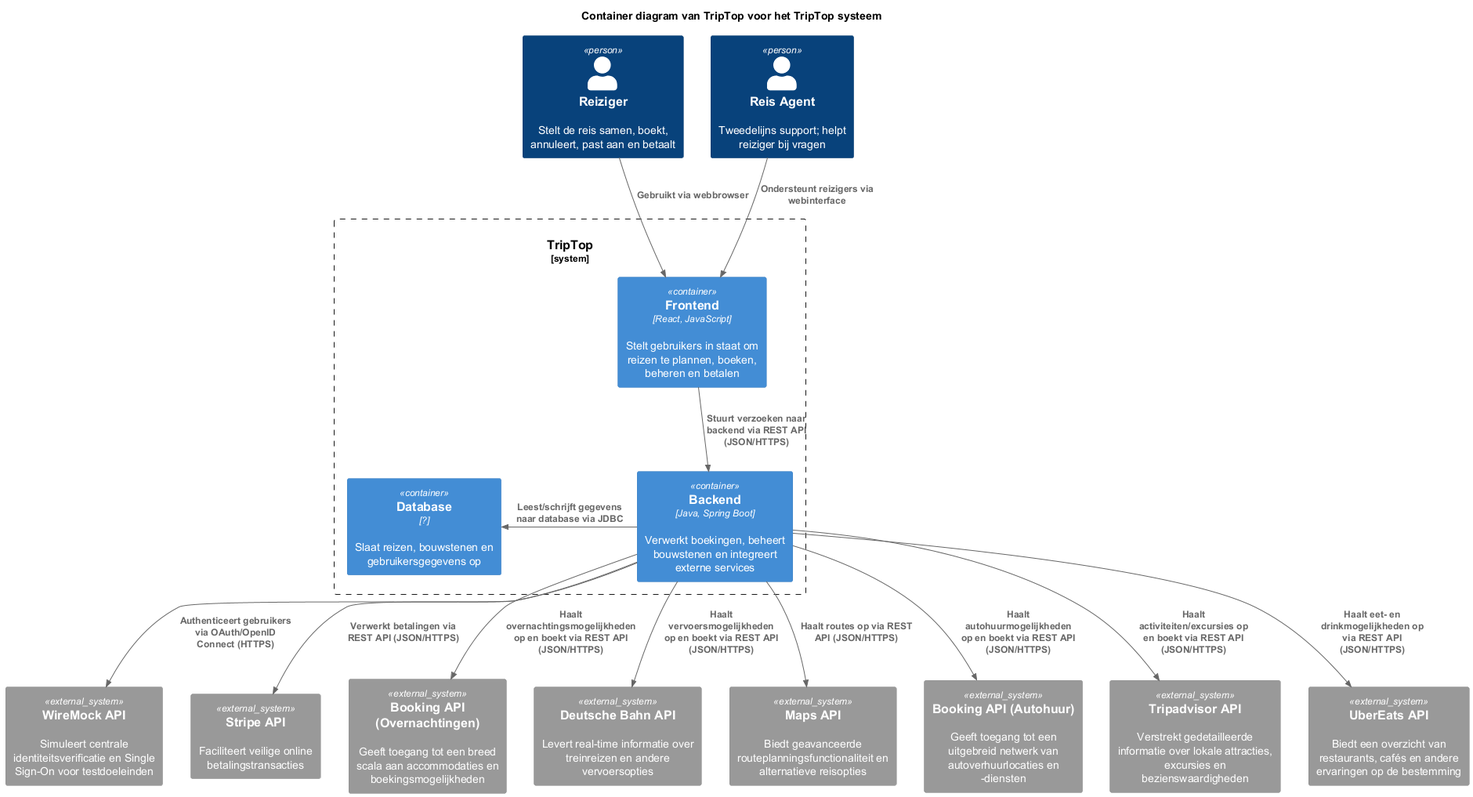
This is software-guidebook/container-diagram.png from AIM-ENE-feb25/triptop-asas, a PlantUML export, as it was before one commit. Its diagram source:
```plantuml
@startuml
!include https://raw.githubusercontent.com/plantuml-stdlib/C4-PlantUML/master/C4_Container.puml

title Container diagram van TripTop voor het TripTop systeem

Person(reiziger, "Reiziger", "Stelt de reis samen, boekt, annuleert, past aan en betaalt")
Person(ondersteuner, "Reis Agent", "Tweedelijns support; helpt reiziger bij vragen")

System_Boundary(triptop, "TripTop") {
    Container(frontend, "Frontend", "React, JavaScript", "Stelt gebruikers in staat om reizen te plannen, boeken, beheren en betalen")
    Container(backend, "Backend", "Java, Spring Boot", "Verwerkt boekingen, beheert bouwstenen en integreert externe services")
    Container(database, "Database", "?", "Slaat reizen, bouwstenen en gebruikersgegevens op")
}

System_Ext(identity_provider, "WireMock API", "Simuleert centrale identiteitsverificatie en Single Sign-On voor testdoeleinden")
System_Ext(payment_provider, "Stripe API", "Faciliteert veilige online betalingstransacties")
System_Ext(overnachting_services, "Booking API (Overnachtingen)", "Geeft toegang tot een breed scala aan accommodaties en boekingsmogelijkheden")
System_Ext(vervoer_services, "Deutsche Bahn API", "Levert real-time informatie over treinreizen en andere vervoersopties")
System_Ext(routeplanner_service, "Maps API", "Biedt geavanceerde routeplanningsfunctionaliteit en alternatieve reisopties")
System_Ext(autohuur_services, "Booking API (Autohuur)", "Geeft toegang tot een uitgebreid netwerk van autoverhuurlocaties en -diensten")
System_Ext(activiteiten_services, "Tripadvisor API", "Verstrekt gedetailleerde informatie over lokale attracties, excursies en bezienswaardigheden")
System_Ext(eten_services, "UberEats API", "Biedt een overzicht van restaurants, cafés en andere ervaringen op de bestemming")

Rel(reiziger, frontend, "Gebruikt via webbrowser")
Rel(ondersteuner, frontend, "Ondersteunt reizigers via webinterface")

Rel(frontend, backend, "Stuurt verzoeken naar backend via REST API (JSON/HTTPS)")
Rel_L(backend, database, "Leest/schrijft gegevens naar database via JDBC")

Rel(backend, identity_provider, "Authenticeert gebruikers via OAuth/OpenID Connect (HTTPS)")
Rel(backend, payment_provider, "Verwerkt betalingen via REST API (JSON/HTTPS)")

Rel(backend, overnachting_services, "Haalt overnachtingsmogelijkheden op en boekt via REST API (JSON/HTTPS)")
Rel(backend, vervoer_services, "Haalt vervoersmogelijkheden op en boekt via REST API (JSON/HTTPS)")
Rel(backend, routeplanner_service, "Haalt routes op via REST API (JSON/HTTPS)")
Rel(backend, autohuur_services, "Haalt autohuurmogelijkheden op en boekt via REST API (JSON/HTTPS)")
Rel(backend, activiteiten_services, "Haalt activiteiten/excursies op en boekt via REST API (JSON/HTTPS)")
Rel(backend, eten_services, "Haalt eet- en drinkmogelijkheden op via REST API (JSON/HTTPS)")
@enduml
```
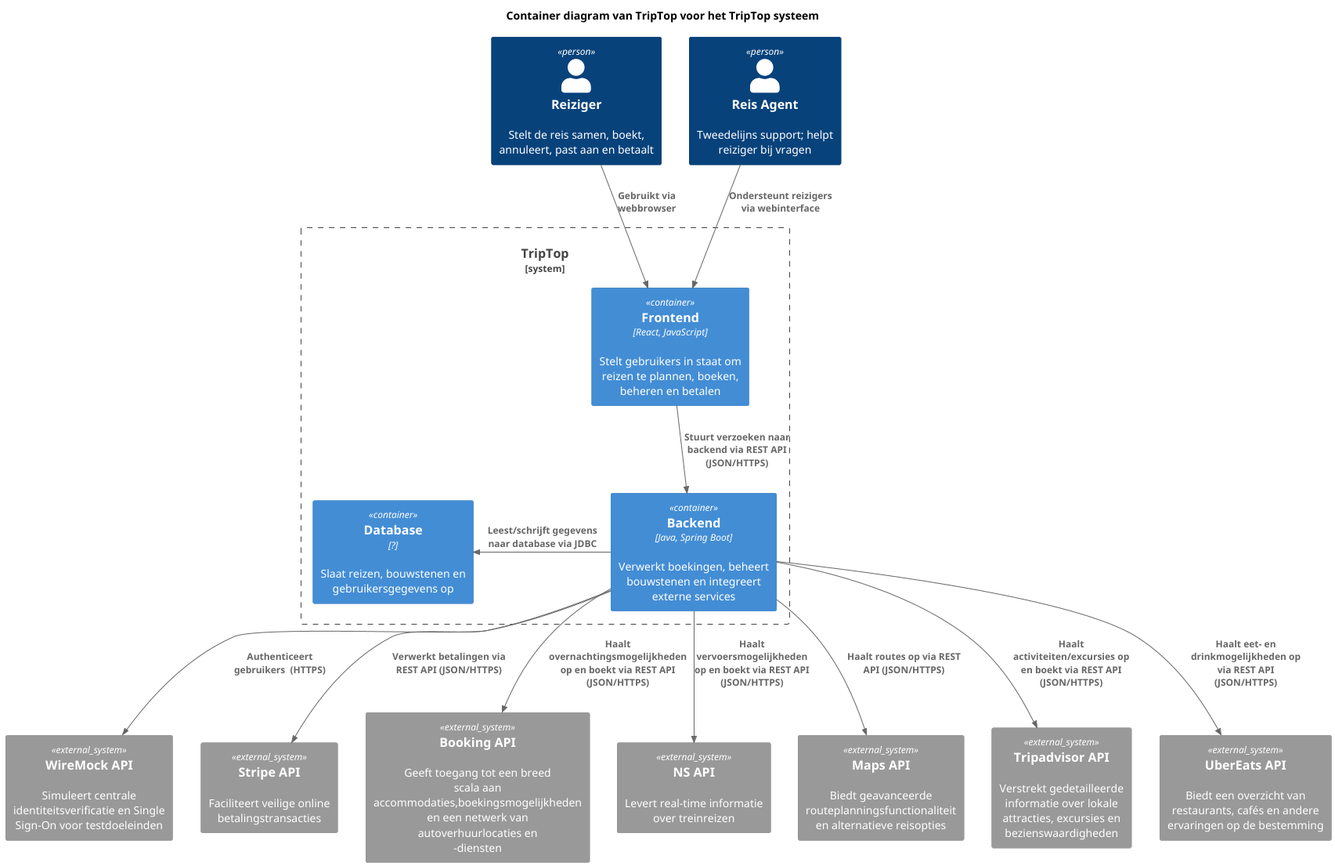
The same file after the commit.

Change to the diagram source:
```diff
@@ -14,10 +14,9 @@
 
 System_Ext(identity_provider, "WireMock API", "Simuleert centrale identiteitsverificatie en Single Sign-On voor testdoeleinden")
 System_Ext(payment_provider, "Stripe API", "Faciliteert veilige online betalingstransacties")
-System_Ext(overnachting_services, "Booking API (Overnachtingen)", "Geeft toegang tot een breed scala aan accommodaties en boekingsmogelijkheden")
-System_Ext(vervoer_services, "Deutsche Bahn API", "Levert real-time informatie over treinreizen en andere vervoersopties")
+System_Ext(booking, "Booking API ", "Geeft toegang tot een breed scala aan accommodaties,boekingsmogelijkheden en een netwerk van autoverhuurlocaties en -diensten")
+System_Ext(vervoer_services, "NS API", "Levert real-time informatie over treinreizen ")
 System_Ext(routeplanner_service, "Maps API", "Biedt geavanceerde routeplanningsfunctionaliteit en alternatieve reisopties")
-System_Ext(autohuur_services, "Booking API (Autohuur)", "Geeft toegang tot een uitgebreid netwerk van autoverhuurlocaties en -diensten")
 System_Ext(activiteiten_services, "Tripadvisor API", "Verstrekt gedetailleerde informatie over lokale attracties, excursies en bezienswaardigheden")
 System_Ext(eten_services, "UberEats API", "Biedt een overzicht van restaurants, cafés en andere ervaringen op de bestemming")
 
@@ -27,13 +26,12 @@
 Rel(frontend, backend, "Stuurt verzoeken naar backend via REST API (JSON/HTTPS)")
 Rel_L(backend, database, "Leest/schrijft gegevens naar database via JDBC")
 
-Rel(backend, identity_provider, "Authenticeert gebruikers via OAuth/OpenID Connect (HTTPS)")
+Rel(backend, identity_provider, "Authenticeert gebruikers  (HTTPS)")
 Rel(backend, payment_provider, "Verwerkt betalingen via REST API (JSON/HTTPS)")
 
-Rel(backend, overnachting_services, "Haalt overnachtingsmogelijkheden op en boekt via REST API (JSON/HTTPS)")
+Rel(backend, booking, "Haalt overnachtingsmogelijkheden op en boekt via REST API (JSON/HTTPS)")
 Rel(backend, vervoer_services, "Haalt vervoersmogelijkheden op en boekt via REST API (JSON/HTTPS)")
 Rel(backend, routeplanner_service, "Haalt routes op via REST API (JSON/HTTPS)")
-Rel(backend, autohuur_services, "Haalt autohuurmogelijkheden op en boekt via REST API (JSON/HTTPS)")
 Rel(backend, activiteiten_services, "Haalt activiteiten/excursies op en boekt via REST API (JSON/HTTPS)")
 Rel(backend, eten_services, "Haalt eet- en drinkmogelijkheden op via REST API (JSON/HTTPS)")
 @enduml
```
